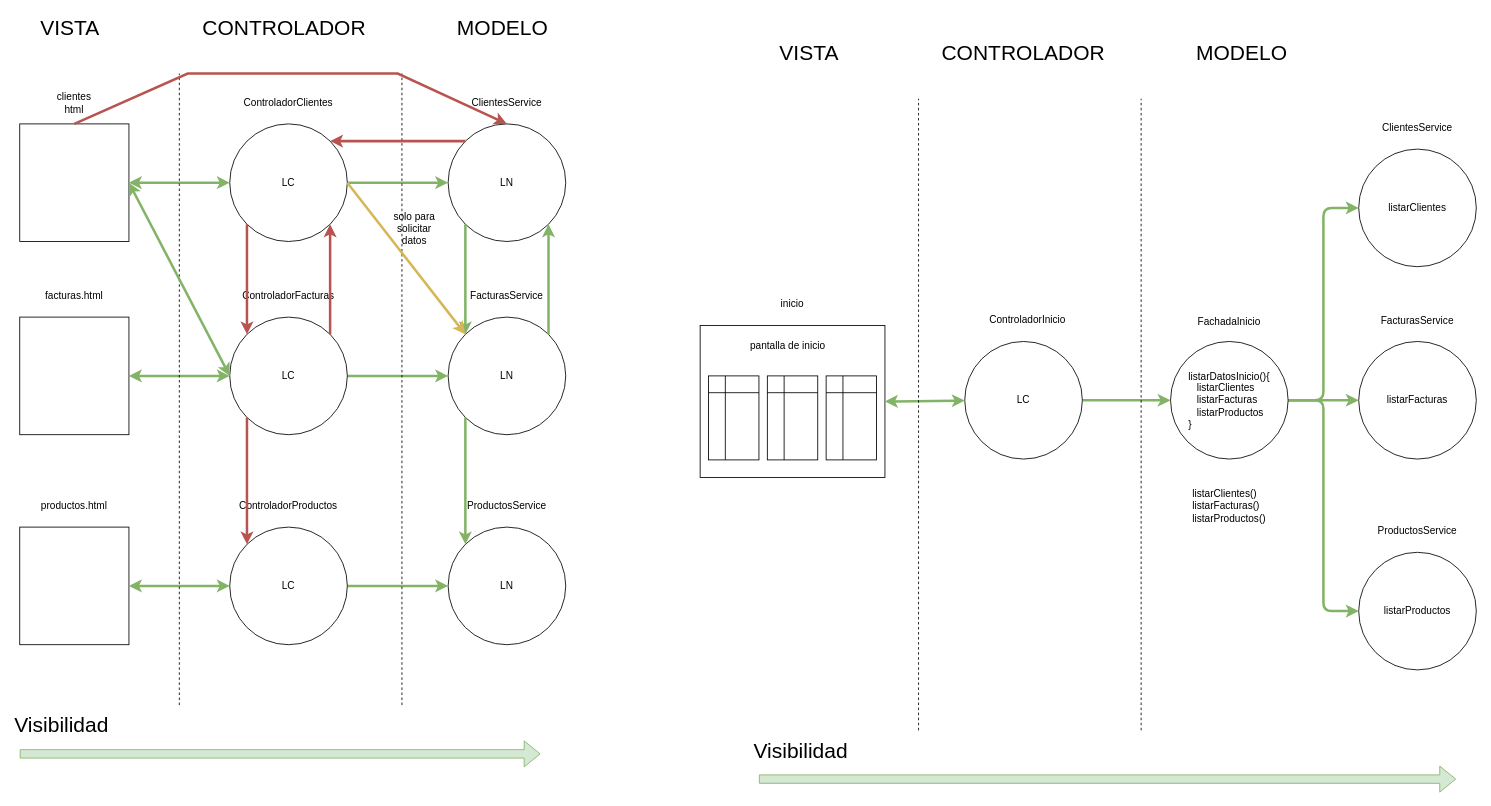
Before: page "Página-2" (2 of 42) of patrones_2022_7.drawio in lrag/Patrones, a draw.io diagram. Source tidied: cells renumbered, new cells numbered last; positions are measured from the earlier drawing's top-left corner, leaving out a move shared by most shapes. Both pictures are drawn from the tidied source at 84%, with x=0, y=0 at pixel (19, 14).
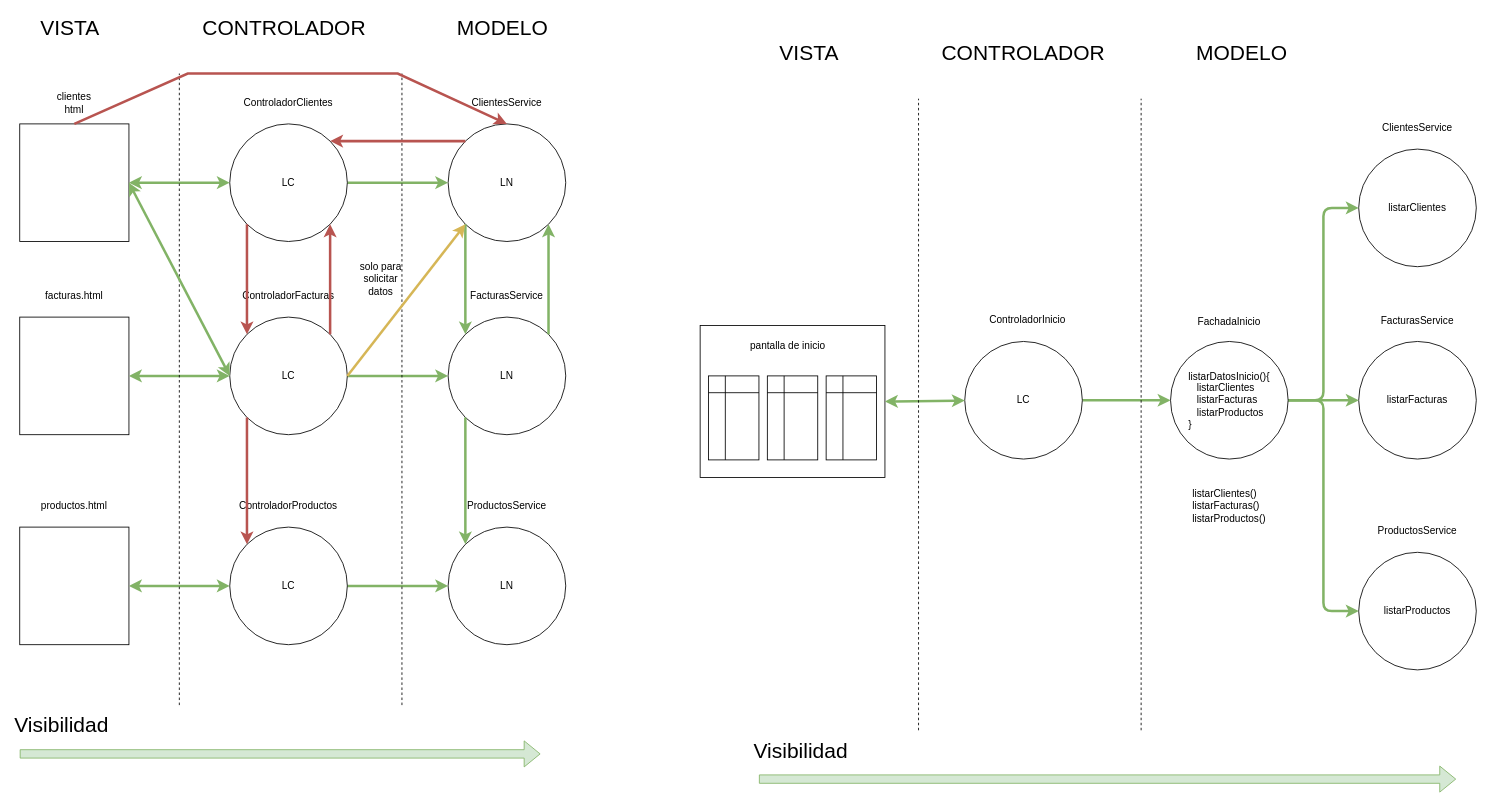
The same page after the edit.

The change refers to these unchanged cells:
```xml
<mxCell id="3" value="LN" style="ellipse;whiteSpace=wrap;html=1;" parent="1" vertex="1">
  <mxGeometry x="510" y="130" width="140" height="140" as="geometry" />
</mxCell>
<mxCell id="5" value="LC" style="ellipse;whiteSpace=wrap;html=1;" parent="1" vertex="1">
  <mxGeometry x="250" y="130" width="140" height="140" as="geometry" />
</mxCell>
<mxCell id="14" value="LN" style="ellipse;whiteSpace=wrap;html=1;" parent="1" vertex="1">
  <mxGeometry x="510" y="360" width="140" height="140" as="geometry" />
</mxCell>
<mxCell id="16" value="LC" style="ellipse;whiteSpace=wrap;html=1;" parent="1" vertex="1">
  <mxGeometry x="250" y="360" width="140" height="140" as="geometry" />
</mxCell>
```

Diff of the diagram source:
```diff
@@
-    <mxCell id="36" style="endArrow=classic;html=1;rounded=0;fontSize=25;exitX=1;exitY=0.5;exitDx=0;exitDy=0;entryX=0;entryY=0;entryDx=0;entryDy=0;fillColor=#fff2cc;strokeColor=#d6b656;strokeWidth=3;" parent="1" edge="1" source="5" target="14">
+    <mxCell id="36" style="endArrow=classic;html=1;rounded=0;fontSize=25;exitX=1;exitY=0.5;exitDx=0;exitDy=0;entryX=0;entryY=1;entryDx=0;entryDy=0;fillColor=#fff2cc;strokeColor=#d6b656;strokeWidth=3;" parent="1" edge="1" source="16" target="3">
       <mxGeometry relative="1" as="geometry" />
     </mxCell>
@@
-    <mxCell id="53" value="inicio" style="text;html=1;strokeColor=none;fillColor=none;align=center;verticalAlign=middle;whiteSpace=wrap;rounded=0;" parent="1" vertex="1">
-      <mxGeometry x="890" y="330" width="60" height="30" as="geometry" />
-    </mxCell>
@@
     <mxCell id="67" value="solo para&lt;br&gt;solicitar&lt;br&gt;datos" style="text;html=1;strokeColor=none;fillColor=none;align=center;verticalAlign=middle;whiteSpace=wrap;rounded=0;" parent="1" vertex="1">
-      <mxGeometry x="440" y="240" width="60" height="30" as="geometry" />
+      <mxGeometry x="400" y="300" width="60" height="30" as="geometry" />
     </mxCell>
```
